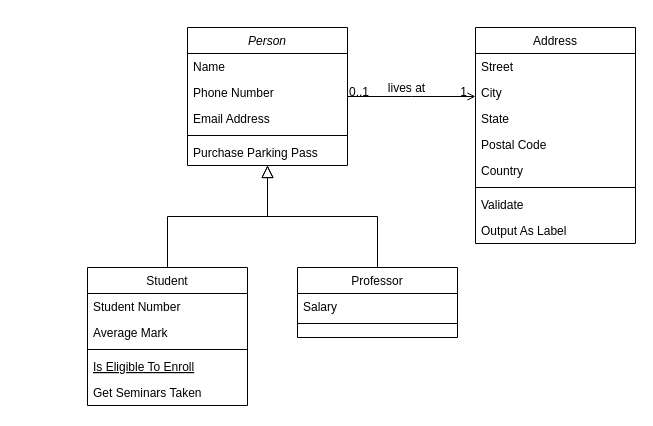
Before: Diagrama sin título.drawio in castro2001/P, a draw.io diagram. Source tidied: cells renumbered, new cells numbered last; positions are measured from the earlier drawing's top-left corner, leaving out a move shared by most shapes. Both pictures are drawn from the tidied source at 100%, with x=0, y=0 at pixel (87, 27).
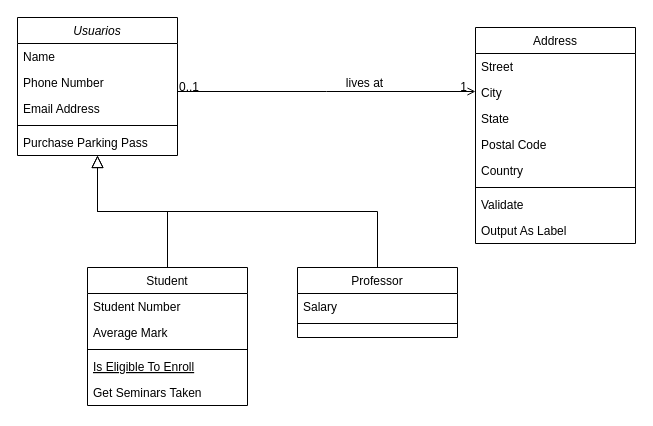
Above is the later version.

Commit message:
Diagrama de Clases

The edit, as a diff of the source:
```diff
@@
-    <mxCell id="2" value="Person" style="swimlane;fontStyle=2;align=center;verticalAlign=top;horizontal=1;startSize=26;rounded=0;shadow=0;strokeWidth=1;" parent="1" vertex="1">
-      <mxGeometry x="100" width="160" height="138" as="geometry" />
+    <mxCell id="2" value="Usuarios" style="swimlane;fontStyle=2;align=center;verticalAlign=top;horizontal=1;startSize=26;rounded=0;shadow=0;strokeWidth=1;" parent="1" vertex="1">
+      <mxGeometry x="-70" y="-10" width="160" height="138" as="geometry" />
     </mxCell>
```
